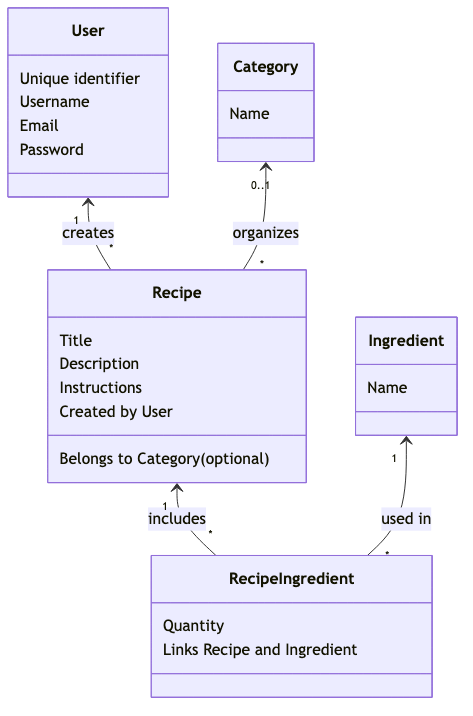
Before: docs/classDiagram.png, a diagram exported from Mermaid (tsviz/share-my-recipe). Its source is kept beside it as classDiagram.mmd.
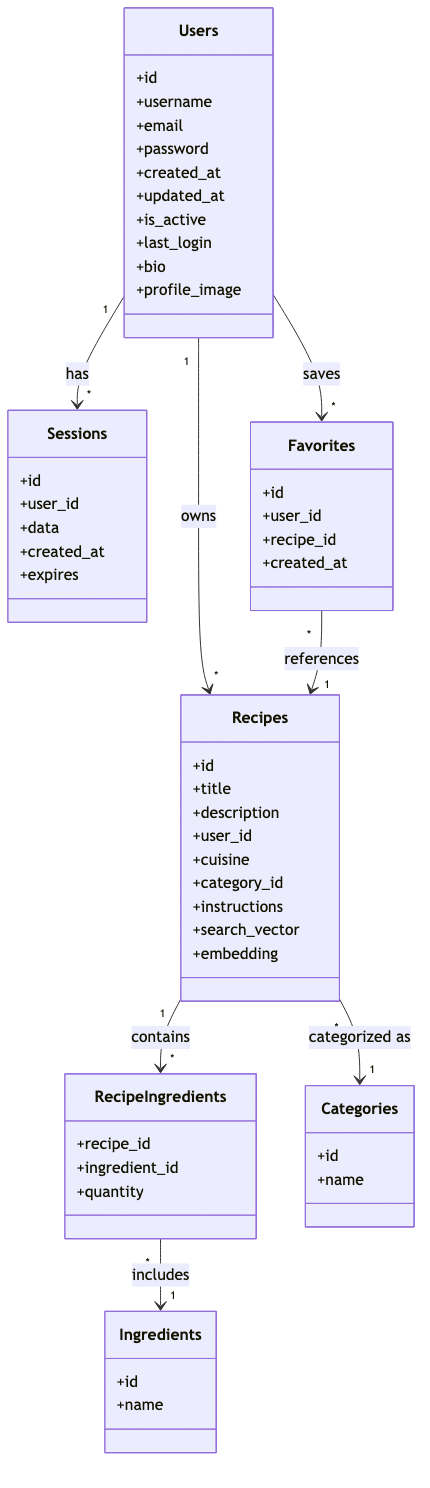
The same diagram one commit later.

What changed in the source:
```diff
@@ -1,33 +1,64 @@
 classDiagram
-    class User {
-        Unique identifier
-        Username
-        Email
-        Password
+    class Users {
+        +id
+        +username
+        +email
+        +password
+        +created_at
+        +updated_at
+        +is_active
+        +last_login
+        +bio
+        +profile_image
     }
 
-    class Recipe {
-        Title
-        Description
-        Instructions
-        Created by User
-        Belongs to Category (optional)
+    class Recipes {
+        +id
+        +title
+        +description
+        +user_id
+        +cuisine
+        +category_id
+        +instructions
+        +search_vector
+        +embedding
     }
 
-    class Ingredient {
-        Name
+    class Ingredients {
+        +id
+        +name
     }
 
-    class RecipeIngredient {
-        Quantity
-        Links Recipe and Ingredient
+    class RecipeIngredients {
+        +recipe_id
+        +ingredient_id
+        +quantity
     }
 
-    class Category {
-        Name
+    class Categories {
+        +id
+        +name
     }
 
-    User "1" <-- "*" Recipe : creates
-    Category "0..1" <-- "*" Recipe : organizes
-    Recipe "1" <-- "*" RecipeIngredient : includes
-    Ingredient "1" <-- "*" RecipeIngredient : used in
+    class Sessions {
+        +id
+        +user_id
+        +data
+        +created_at
+        +expires
+    }
+
+    class Favorites {
+        +id
+        +user_id
+        +recipe_id
+        +created_at
+    }
+
+    Users "1" --> "*" Recipes : owns
+    Recipes "1" --> "*" RecipeIngredients : contains
+    RecipeIngredients "*" --> "1" Ingredients : includes
+    Recipes "*" --> "1" Categories : categorized as
+    Users "1" --> "*" Sessions : has
+    Users "1" --> "*" Favorites : saves
+    Favorites "*" --> "1" Recipes : references
```
